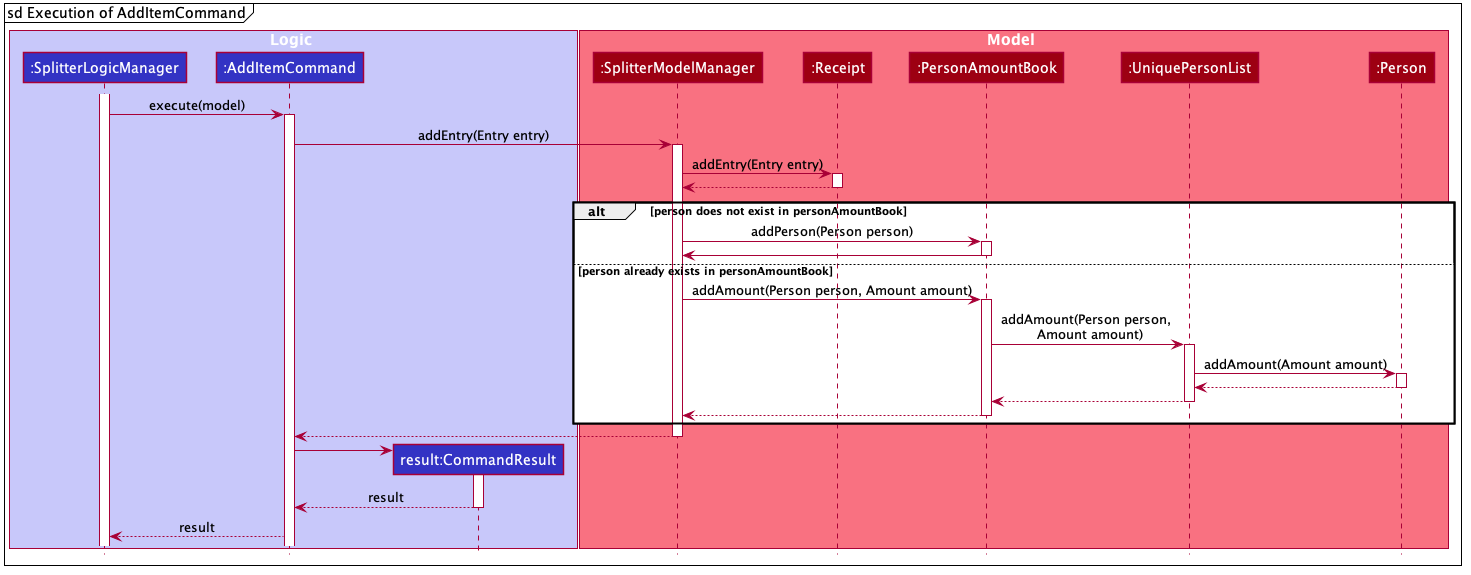
The PlantUML diagram images/ExpenseSplitterAddItemCommandSequenceDiagram2.png in AY1920S2-CS2103T-W13-1/main, before a commit.
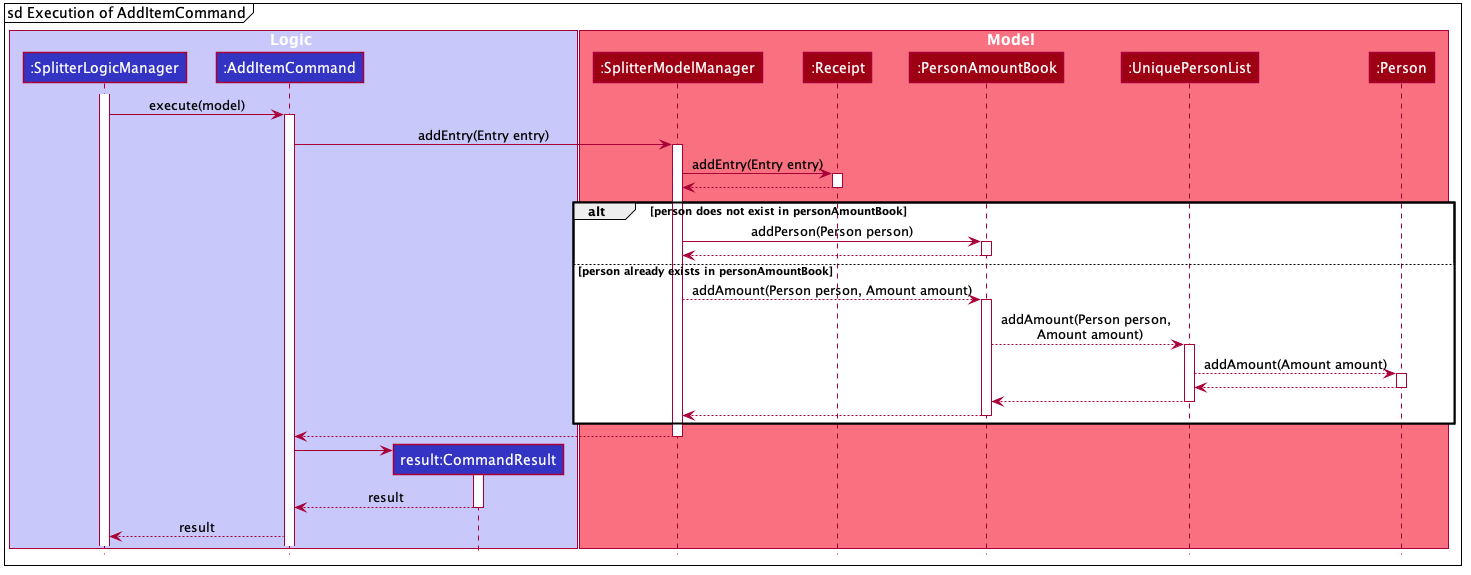
The same file after the commit.

Diff of the diagram source:
```diff
@@ -82,18 +82,18 @@
     SplitterModelManager -> PersonAmountBook : addPerson(Person person)
     activate PersonAmountBook
 
-    PersonAmountBook -> SplitterModelManager
+    PersonAmountBook --> SplitterModelManager
     deactivate PersonAmountBook
 
 else person already exists in personAmountBook
 
-    SplitterModelManager -> PersonAmountBook : addAmount(Person person, Amount amount)
+    SplitterModelManager --> PersonAmountBook : addAmount(Person person, Amount amount)
     activate PersonAmountBook
 
-    PersonAmountBook -> UniquePersonList : addAmount(Person person, \n Amount amount)
+    PersonAmountBook --> UniquePersonList : addAmount(Person person, \n Amount amount)
     activate UniquePersonList
 
-    UniquePersonList -> Person : addAmount(Amount amount)
+    UniquePersonList --> Person : addAmount(Amount amount)
     activate Person
 
     Person --> UniquePersonList
```
